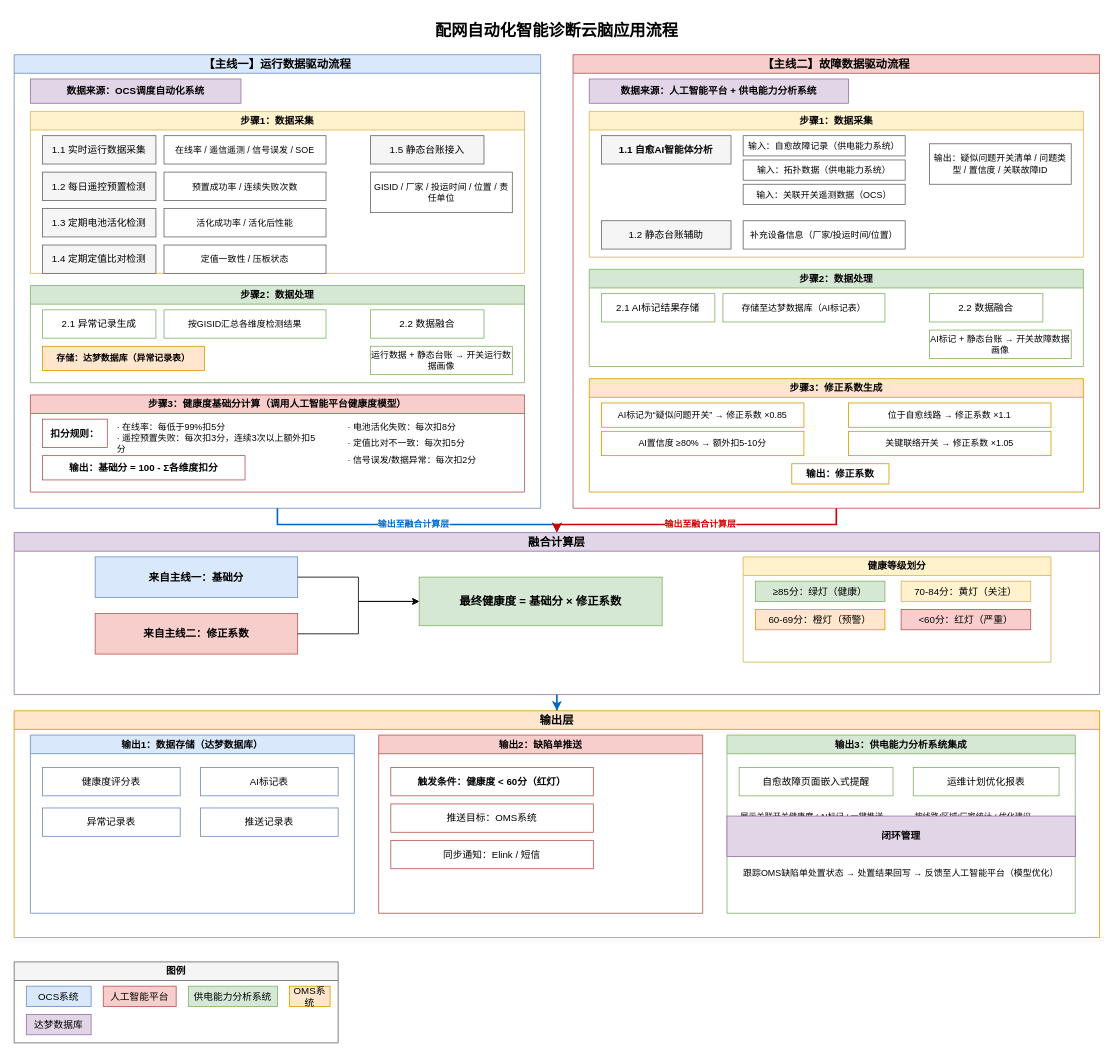
The draw.io diagram 双主线流程.drawio in LieCoding/pwjkd, before the edit. Source tidied: cells renumbered, new cells numbered last; positions are measured from the earlier drawing's top-left corner, leaving out a move shared by most shapes. Both pictures are drawn from the tidied source at 81%, with x=0, y=0 at pixel (14, 14).
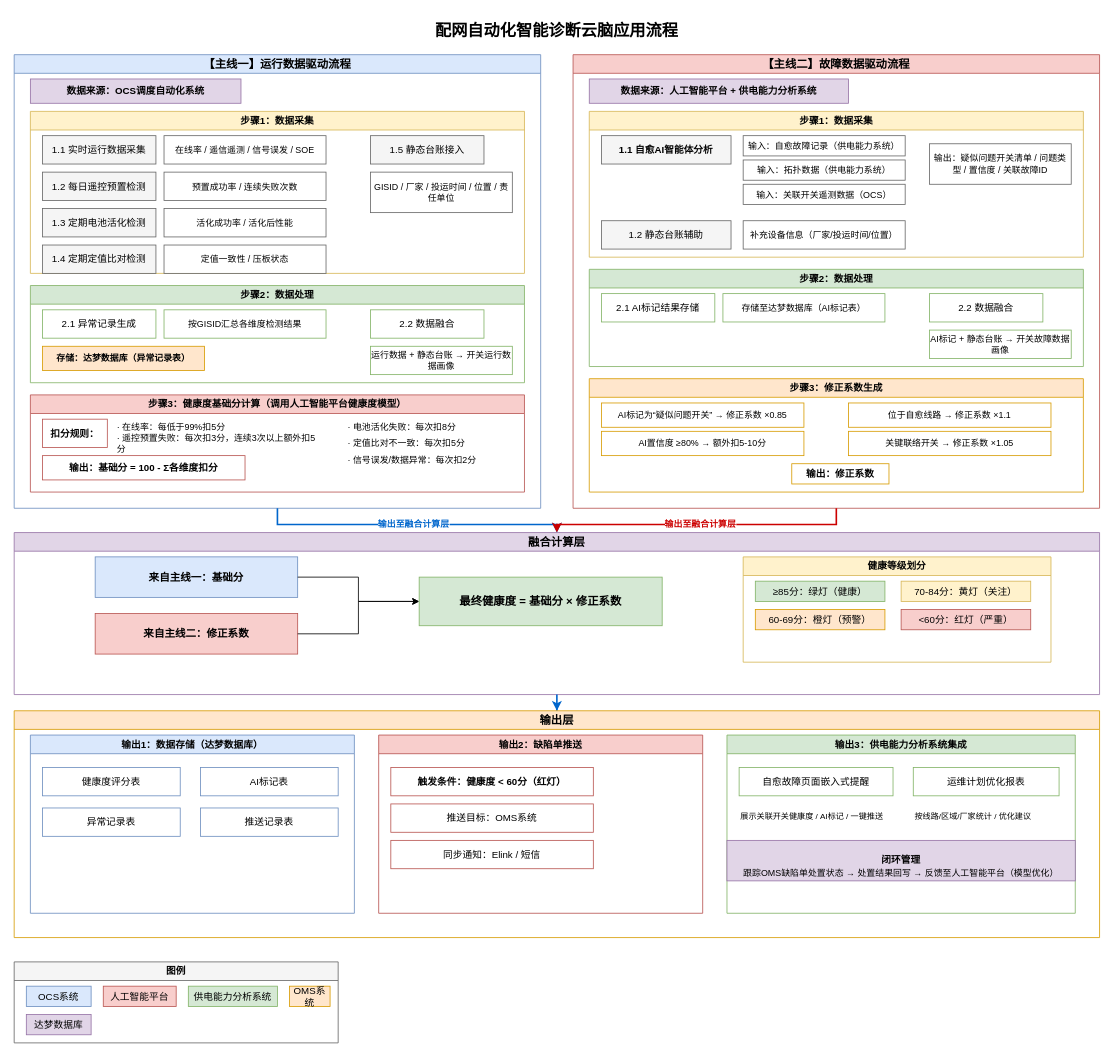
After the change.

Commit message:
更新双主线流程.drawio

The change refers to these unchanged cells:
```xml
<mxCell id="65" value="输出层" style="swimlane;whiteSpace=wrap;html=1;fillColor=#ffe6cc;strokeColor=#d79b00;fontStyle=1;fontSize=14;" parent="1" vertex="1">
  <mxGeometry y="860" width="1340" height="280" as="geometry" />
</mxCell>
<mxCell id="75" value="输出3：供电能力分析系统集成" style="swimlane;whiteSpace=wrap;html=1;fillColor=#d5e8d4;strokeColor=#82b366;fontStyle=1;" parent="65" vertex="1">
  <mxGeometry x="880" y="30" width="430" height="220" as="geometry" />
</mxCell>
```

What changed in the source:
```diff
@@
-    <mxCell id="80" value="闭环管理" style="rounded=0;whiteSpace=wrap;html=1;fillColor=#e1d5e7;strokeColor=#9673a6;fontStyle=1;" parent="65" vertex="1">
-      <mxGeometry x="880" y="130" width="430" height="50" as="geometry" />
+    <mxCell id="80" value="闭环管理" style="rounded=0;whiteSpace=wrap;html=1;fillColor=#e1d5e7;strokeColor=#9673a6;fontStyle=1;" parent="75" vertex="1">
+      <mxGeometry y="130" width="430" height="50" as="geometry" />
     </mxCell>
```
